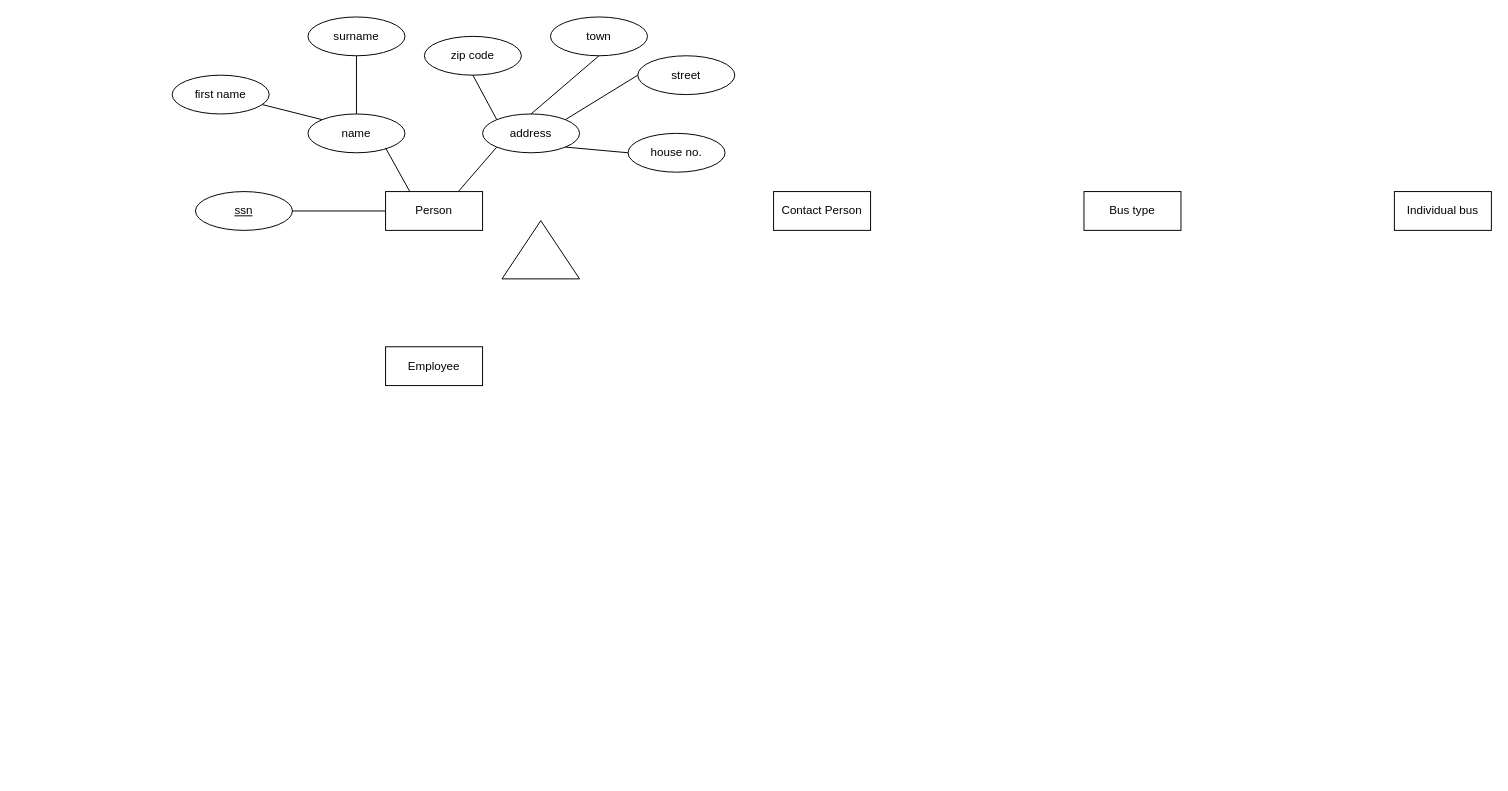
The draw.io diagram ERM project_group 5.drawio in Martinaeht/DBS-Projektgruppe-5_ERM, before the edit. Source tidied: cells renumbered, new cells numbered last; positions are measured from the earlier drawing's top-left corner, leaving out a move shared by most shapes. Both pictures are drawn from the tidied source at 97%, with x=0, y=0 at pixel (172, 16).
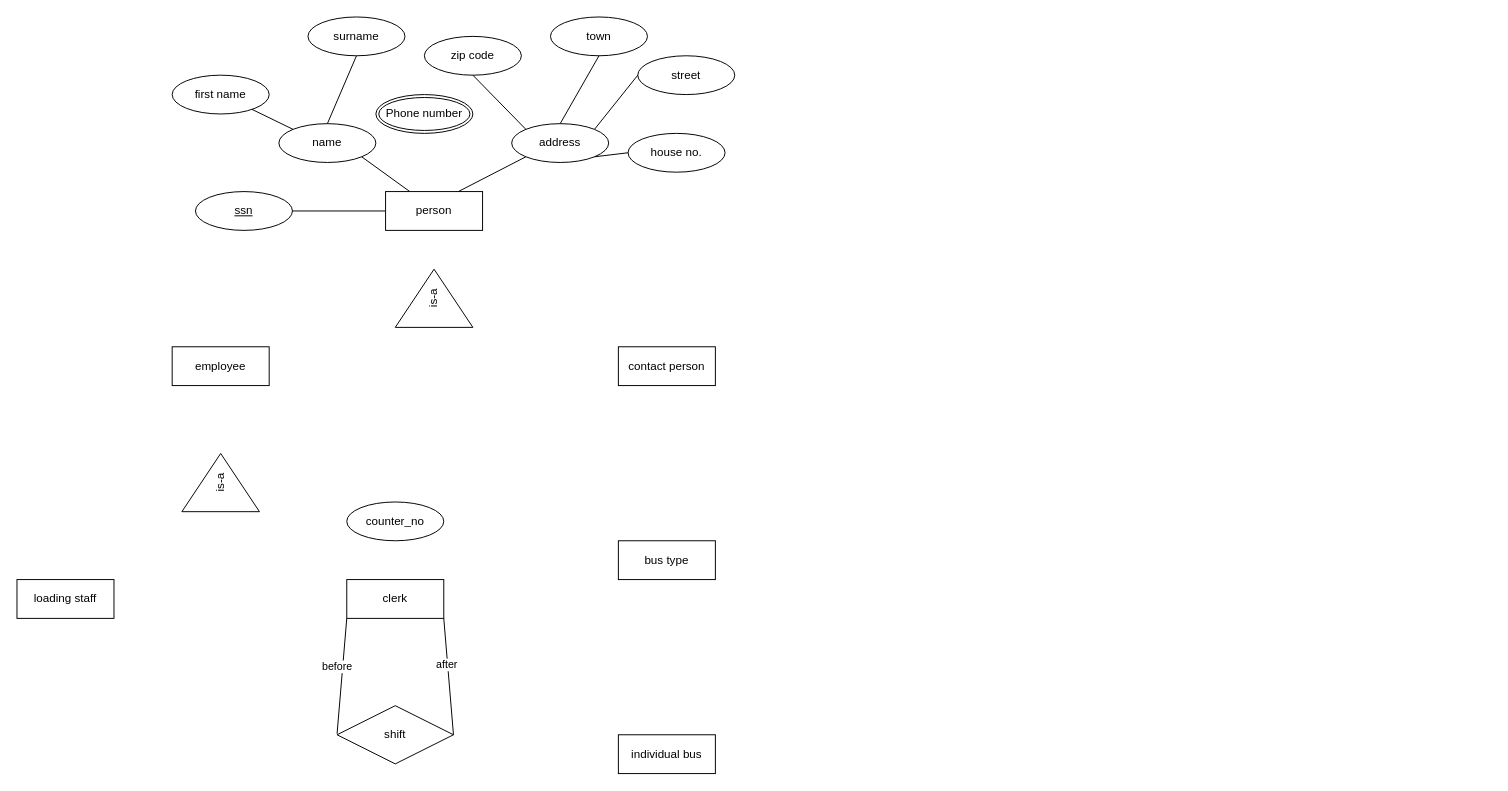
The same diagram, later.

What changed in the source:
```diff
@@
     <mxCell id="4" value="name" style="ellipse;whiteSpace=wrap;html=1;align=center;" parent="1" vertex="1">
-      <mxGeometry x="140" y="100" width="100" height="40" as="geometry" />
+      <mxGeometry x="110" y="110" width="100" height="40" as="geometry" />
     </mxCell>
@@
-    <mxCell id="8" style="endArrow=none;html=1;rounded=0;entryX=0.25;entryY=0;entryDx=0;entryDy=0;" parent="1" edge="1" target="20">
-      <mxGeometry relative="1" as="geometry">
-        <mxPoint x="220" y="135" as="sourcePoint" />
-      </mxGeometry>
+    <mxCell id="8" style="endArrow=none;html=1;rounded=0;entryX=0.25;entryY=0;entryDx=0;entryDy=0;exitX=1;exitY=1;exitDx=0;exitDy=0;" parent="1" edge="1" source="4" target="20">
+      <mxGeometry relative="1" as="geometry" />
     </mxCell>
@@
     <mxCell id="10" value="address" style="ellipse;whiteSpace=wrap;html=1;align=center;" parent="1" vertex="1">
-      <mxGeometry x="320" y="100" width="100" height="40" as="geometry" />
+      <mxGeometry x="350" y="110" width="100" height="40" as="geometry" />
     </mxCell>
@@
-    <mxCell id="18" value="Contact Person" style="whiteSpace=wrap;html=1;align=center;" parent="1" vertex="1">
-      <mxGeometry x="620" y="180" width="100" height="40" as="geometry" />
+    <mxCell id="18" value="contact person" style="whiteSpace=wrap;html=1;align=center;" parent="1" vertex="1">
+      <mxGeometry x="460" y="340" width="100" height="40" as="geometry" />
     </mxCell>
-    <mxCell id="19" value="Employee" style="whiteSpace=wrap;html=1;align=center;" parent="1" vertex="1">
-      <mxGeometry x="220" y="340" width="100" height="40" as="geometry" />
+    <mxCell id="19" value="employee" style="whiteSpace=wrap;html=1;align=center;" parent="1" vertex="1">
+      <mxGeometry y="340" width="100" height="40" as="geometry" />
     </mxCell>
-    <mxCell id="20" value="Person" style="whiteSpace=wrap;html=1;align=center;" parent="1" vertex="1">
+    <mxCell id="20" value="person" style="whiteSpace=wrap;html=1;align=center;" parent="1" vertex="1">
       <mxGeometry x="220" y="180" width="100" height="40" as="geometry" />
     </mxCell>
@@
-    <mxCell id="23" value="Bus type" style="whiteSpace=wrap;html=1;align=center;" parent="1" vertex="1">
-      <mxGeometry x="940" y="180" width="100" height="40" as="geometry" />
+    <mxCell id="23" value="bus type" style="whiteSpace=wrap;html=1;align=center;" parent="1" vertex="1">
+      <mxGeometry x="460" y="540" width="100" height="40" as="geometry" />
     </mxCell>
-    <mxCell id="24" value="Individual bus" style="whiteSpace=wrap;html=1;align=center;" parent="1" vertex="1">
-      <mxGeometry x="1260" y="180" width="100" height="40" as="geometry" />
+    <mxCell id="24" value="individual bus" style="whiteSpace=wrap;html=1;align=center;" parent="1" vertex="1">
+      <mxGeometry x="460" y="740" width="100" height="40" as="geometry" />
     </mxCell>
-    <mxCell id="25" style="triangle;whiteSpace=wrap;html=1;rotation=-90;" parent="1" vertex="1">
-      <mxGeometry x="350" y="200" width="60" height="80" as="geometry" />
+    <mxCell id="25" value="is-a" style="triangle;whiteSpace=wrap;html=1;rotation=-90;" parent="1" vertex="1">
+      <mxGeometry x="240" y="250" width="60" height="80" as="geometry" />
     </mxCell>
+    <mxCell id="26" value="Phone number" style="ellipse;shape=doubleEllipse;margin=3;whiteSpace=wrap;html=1;align=center;" parent="1" vertex="1">
+      <mxGeometry x="210" y="80" width="100" height="40" as="geometry" />
+    </mxCell>
+    <mxCell id="27" value="is-a" style="triangle;whiteSpace=wrap;html=1;rotation=-90;" parent="1" vertex="1">
+      <mxGeometry x="20" y="440" width="60" height="80" as="geometry" />
+    </mxCell>
+    <mxCell id="28" value="loading staff" style="whiteSpace=wrap;html=1;align=center;" parent="1" vertex="1">
+      <mxGeometry x="-160" y="580" width="100" height="40" as="geometry" />
+    </mxCell>
+    <mxCell id="29" value="clerk" style="whiteSpace=wrap;html=1;align=center;" parent="1" vertex="1">
+      <mxGeometry x="180" y="580" width="100" height="40" as="geometry" />
+    </mxCell>
+    <mxCell id="30" value="shift" style="shape=rhombus;perimeter=rhombusPerimeter;whiteSpace=wrap;html=1;align=center;" parent="1" vertex="1">
+      <mxGeometry x="170" y="710" width="120" height="60" as="geometry" />
+    </mxCell>
+    <mxCell id="31" style="endArrow=none;html=1;rounded=0;exitX=1;exitY=1;exitDx=0;exitDy=0;entryX=1;entryY=0.5;entryDx=0;entryDy=0;" parent="1" edge="1" source="29" target="30">
+      <mxGeometry relative="1" as="geometry" />
+    </mxCell>
+    <mxCell id="32" value="after" style="edgeLabel;html=1;align=center;verticalAlign=middle;" parent="31" vertex="1">
+      <mxGeometry x="-0.2" y="-1" relative="1" as="geometry" />
+    </mxCell>
+    <mxCell id="33" style="endArrow=none;html=1;rounded=0;entryX=0;entryY=1;entryDx=0;entryDy=0;" parent="1" edge="1" target="29">
+      <mxGeometry relative="1" as="geometry">
+        <mxPoint x="170" y="739" as="sourcePoint" />
+      </mxGeometry>
+    </mxCell>
+    <mxCell id="34" value="before" style="edgeLabel;html=1;align=center;verticalAlign=middle;" parent="33" vertex="1">
+      <mxGeometry x="0.3" y="4" relative="1" as="geometry">
+        <mxPoint x="-3" y="9" as="offset" />
+      </mxGeometry>
+    </mxCell>
+    <mxCell id="35" value="counter_no" style="ellipse;whiteSpace=wrap;html=1;align=center;" parent="1" vertex="1">
+      <mxGeometry x="180" y="500" width="100" height="40" as="geometry" />
+    </mxCell>
```
